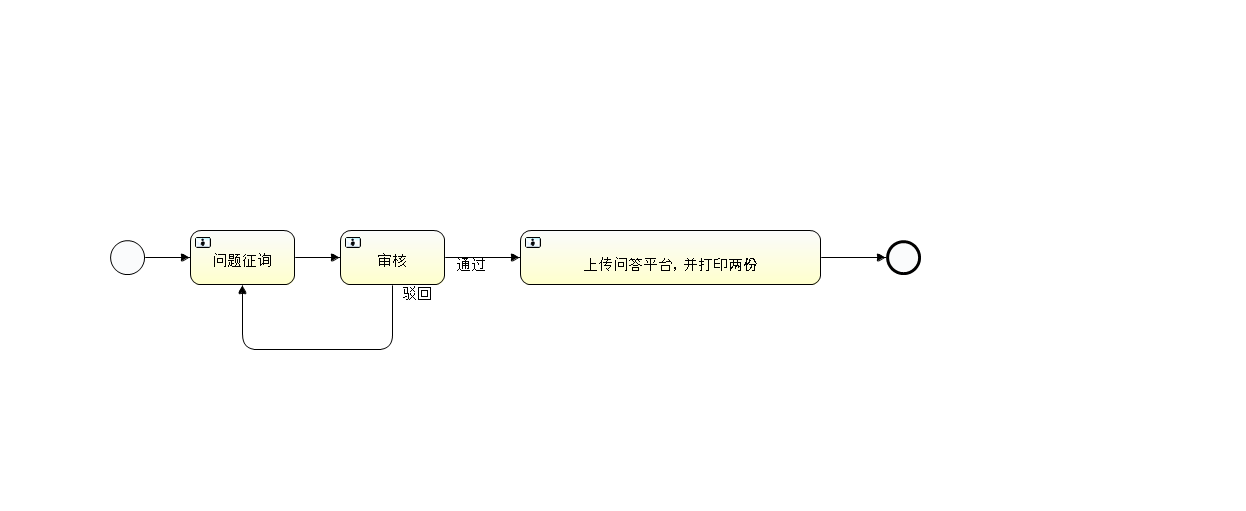
The BPMN diagram src/main/resources/workflow/MeetingTopic.png in glorydom/chunhuaqiushi, before a commit. Its source is kept beside it as src/main/resources/workflow/MeetingTopic.bpmn. Ids are renumbered.
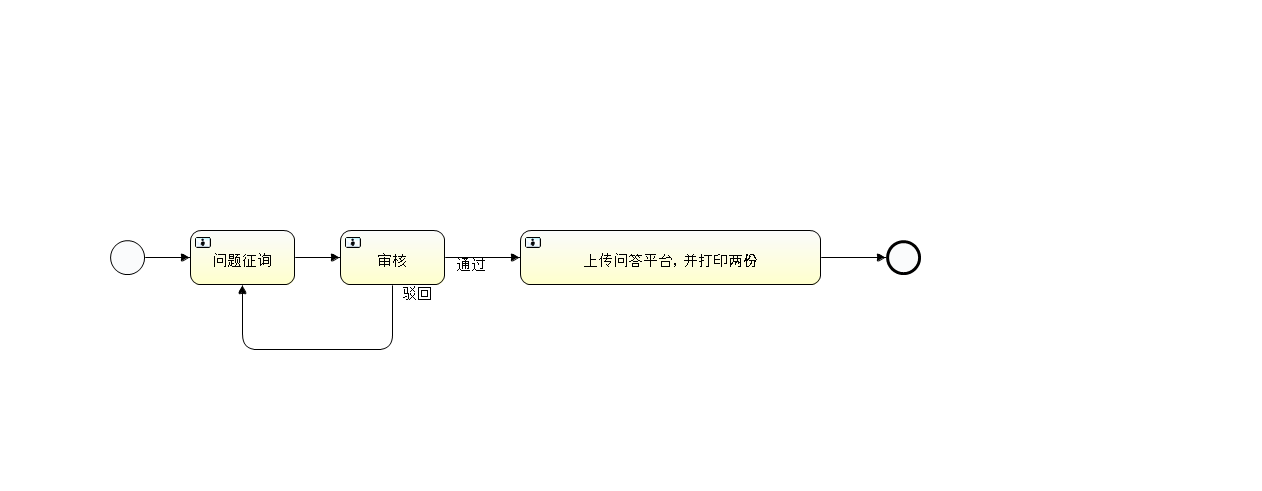
The same diagram one commit later.

Change to the diagram source:
```diff
@@ -1,11 +1,11 @@
 <definitions xmlns="http://www.omg.org/spec/BPMN/20100524/MODEL" xmlns:xsi="http://www.w3.org/2001/XMLSchema-instance" xmlns:activiti="http://activiti.org/bpmn" xmlns:bpmndi="http://www.omg.org/spec/BPMN/20100524/DI" xmlns:omgdc="http://www.omg.org/spec/DD/20100524/DC" xmlns:omgdi="http://www.omg.org/spec/DD/20100524/DI" typeLanguage="http://www.w3.org/2001/XMLSchema" expressionLanguage="http://www.w3.org/1999/XPath" targetNamespace="http://www.activiti.org/test">
   <process id="MeetingTopic" name="MeetingTopic" isExecutable="true">
     <startEvent id="startevent1" name="Start"></startEvent>
-    <userTask id="usertask1" name="问题征询"></userTask>
+    <userTask id="usertask1" name="问题征询" activiti:candidateGroups="负责人协助" activiti:formKey="MeetingTopicCollect"></userTask>
     <sequenceFlow id="flow1" sourceRef="startevent1" targetRef="usertask1"></sequenceFlow>
-    <userTask id="usertask2" name="审核"></userTask>
+    <userTask id="usertask2" name="审核" activiti:candidateGroups="负责人协助" activiti:formKey="MeetingTopicAudit"></userTask>
     <sequenceFlow id="flow2" sourceRef="usertask1" targetRef="usertask2"></sequenceFlow>
-    <userTask id="usertask3" name="上传问答平台，并打印两份"></userTask>
+    <userTask id="usertask3" name="上传问答平台，并打印两份" activiti:candidateGroups="负责人协助" activiti:formKey="MeetingTopicUploadToPlatform"></userTask>
     <sequenceFlow id="flow3" name="通过" sourceRef="usertask2" targetRef="usertask3"></sequenceFlow>
     <endEvent id="endevent1" name="End"></endEvent>
     <sequenceFlow id="flow4" sourceRef="usertask3" targetRef="endevent1"></sequenceFlow>
```
